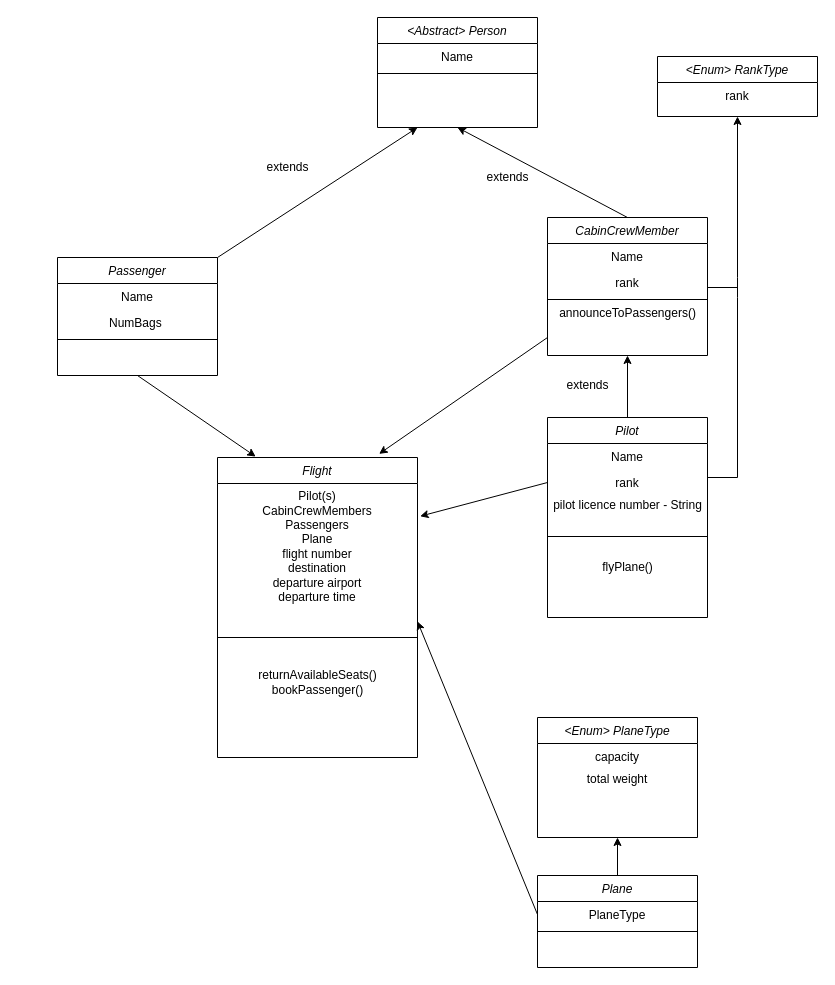
The draw.io diagram MVPdiagram.drawio in Braingains/Java-TDD-Airline, before the edit. Source tidied: cells renumbered, new cells numbered last; positions are measured from the earlier drawing's top-left corner, leaving out a move shared by most shapes. Both pictures are drawn from the tidied source at 100%, with x=0, y=0 at pixel (57, 17).
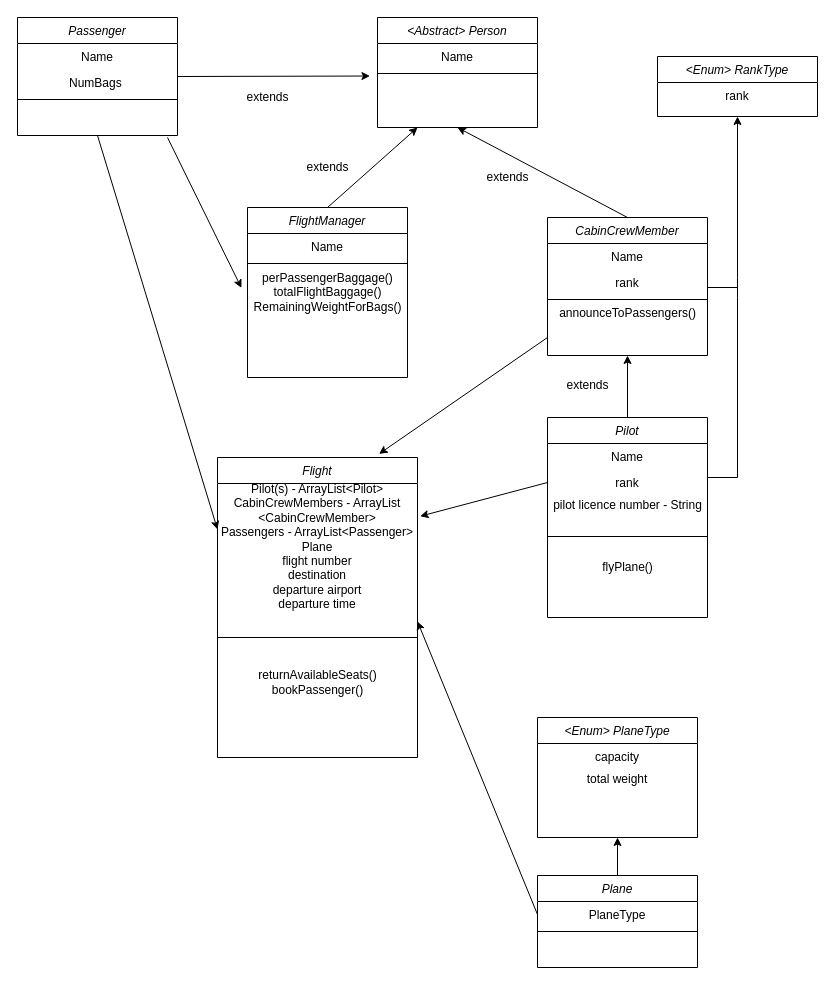
After the change.

Commit message (it also covers changes not shown here):
flightmanager class inital setup

The change refers to these unchanged cells:
```xml
<mxCell id="2" value="&lt;Abstract&gt; Person" style="swimlane;fontStyle=2;align=center;verticalAlign=top;horizontal=1;startSize=26;rounded=0;shadow=0;strokeWidth=1;" parent="1" vertex="1">
  <mxGeometry x="320" width="160" height="110" as="geometry" />
</mxCell>
<mxCell id="3" value="Name" style="text;align=center;verticalAlign=top;spacingLeft=4;spacingRight=4;overflow=hidden;points=[[0,0.5],[1,0.5]];portConstraint=eastwest;" parent="2" vertex="1">
  <mxGeometry y="26" width="160" height="26" as="geometry" />
</mxCell>
<mxCell id="27" value="Flight" style="swimlane;fontStyle=2;align=center;verticalAlign=top;horizontal=1;startSize=26;rounded=0;shadow=0;strokeWidth=1;" parent="1" vertex="1">
  <mxGeometry x="160" y="440" width="200" height="300" as="geometry" />
</mxCell>
```

The edit, as a diff of the source:
```diff
@@
     <mxCell id="5" value="Passenger" style="swimlane;fontStyle=2;align=center;verticalAlign=top;horizontal=1;startSize=26;rounded=0;shadow=0;strokeWidth=1;" parent="1" vertex="1">
-      <mxGeometry y="240" width="160" height="118" as="geometry" />
+      <mxGeometry x="-40" width="160" height="118" as="geometry" />
     </mxCell>
@@
     <mxCell id="17" value="extends" style="text;html=1;align=center;verticalAlign=middle;" parent="1" vertex="1">
-      <mxGeometry x="200" y="140" width="60" height="20" as="geometry" />
+      <mxGeometry x="180" y="70" width="60" height="20" as="geometry" />
     </mxCell>
@@
-    <mxCell id="29" value="&lt;span&gt;Pilot(s)&lt;/span&gt;&lt;br style=&quot;padding: 0px ; margin: 0px&quot;&gt;&lt;span&gt;CabinCrewMembers&lt;/span&gt;&lt;br style=&quot;padding: 0px ; margin: 0px&quot;&gt;&lt;span&gt;Passengers&lt;/span&gt;&lt;br style=&quot;padding: 0px ; margin: 0px&quot;&gt;&lt;span&gt;Plane&lt;/span&gt;&lt;br style=&quot;padding: 0px ; margin: 0px&quot;&gt;&lt;span&gt;flight number&lt;/span&gt;&lt;br style=&quot;padding: 0px ; margin: 0px&quot;&gt;&lt;span&gt;destination&lt;/span&gt;&lt;br style=&quot;padding: 0px ; margin: 0px&quot;&gt;&lt;span&gt;departure airport&lt;/span&gt;&lt;br style=&quot;padding: 0px ; margin: 0px&quot;&gt;&lt;span&gt;departure time&lt;br&gt;&lt;br&gt;&lt;br&gt;&lt;br&gt;&lt;br&gt;&lt;/span&gt;" style="text;html=1;strokeColor=none;fillColor=none;align=center;verticalAlign=middle;whiteSpace=wrap;rounded=0;" parent="27" vertex="1">
+    <mxCell id="29" value="&lt;span&gt;Pilot(s) - ArrayList&amp;lt;Pilot&amp;gt;&lt;/span&gt;&lt;br style=&quot;padding: 0px ; margin: 0px&quot;&gt;&lt;span&gt;CabinCrewMembers - ArrayList &amp;lt;CabinCrewMember&amp;gt;&lt;/span&gt;&lt;br style=&quot;padding: 0px ; margin: 0px&quot;&gt;&lt;span&gt;Passengers - ArrayList&amp;lt;Passenger&amp;gt;&lt;/span&gt;&lt;br style=&quot;padding: 0px ; margin: 0px&quot;&gt;&lt;span&gt;Plane&lt;/span&gt;&lt;br style=&quot;padding: 0px ; margin: 0px&quot;&gt;&lt;span&gt;flight number&lt;/span&gt;&lt;br style=&quot;padding: 0px ; margin: 0px&quot;&gt;&lt;span&gt;destination&lt;/span&gt;&lt;br style=&quot;padding: 0px ; margin: 0px&quot;&gt;&lt;span&gt;departure airport&lt;/span&gt;&lt;br style=&quot;padding: 0px ; margin: 0px&quot;&gt;&lt;span&gt;departure time&lt;br&gt;&lt;br&gt;&lt;br&gt;&lt;br&gt;&lt;br&gt;&lt;/span&gt;" style="text;html=1;strokeColor=none;fillColor=none;align=center;verticalAlign=middle;whiteSpace=wrap;rounded=0;" parent="27" vertex="1">
       <mxGeometry y="26" width="200" height="184" as="geometry" />
     </mxCell>
@@
-    <mxCell id="32" style="endArrow=classic;html=1;entryX=0.191;entryY=-0.003;entryDx=0;entryDy=0;entryPerimeter=0;exitX=0.5;exitY=1;exitDx=0;exitDy=0;" parent="1" edge="1" source="5" target="27">
+    <mxCell id="32" style="endArrow=classic;html=1;entryX=0;entryY=0.25;entryDx=0;entryDy=0;exitX=0.5;exitY=1;exitDx=0;exitDy=0;" parent="1" edge="1" source="5" target="29">
       <mxGeometry relative="1" as="geometry" />
     </mxCell>
-    <mxCell id="33" style="endArrow=classic;html=1;exitX=1;exitY=0;exitDx=0;exitDy=0;entryX=0.25;entryY=1;entryDx=0;entryDy=0;" parent="1" edge="1" source="5" target="2">
-      <mxGeometry relative="1" as="geometry" />
+    <mxCell id="33" style="endArrow=classic;html=1;entryX=-0.047;entryY=1.251;entryDx=0;entryDy=0;entryPerimeter=0;" parent="1" edge="1" target="3">
+      <mxGeometry relative="1" as="geometry">
+        <mxPoint x="120" y="59" as="sourcePoint" />
+      </mxGeometry>
     </mxCell>
@@
+    <mxCell id="46" value="FlightManager" style="swimlane;fontStyle=2;align=center;verticalAlign=top;horizontal=1;startSize=26;rounded=0;shadow=0;strokeWidth=1;" parent="1" vertex="1">
+      <mxGeometry x="190" y="190" width="160" height="170" as="geometry" />
+    </mxCell>
+    <mxCell id="47" value="Name" style="text;align=center;verticalAlign=top;spacingLeft=4;spacingRight=4;overflow=hidden;" parent="46" vertex="1">
+      <mxGeometry y="26" width="160" height="26" as="geometry" />
+    </mxCell>
+    <mxCell id="48" style="line;html=1;strokeWidth=1;align=left;verticalAlign=middle;spacingTop=-1;spacingLeft=3;spacingRight=3;labelPosition=right;" parent="46" vertex="1">
+      <mxGeometry y="52" width="160" height="8" as="geometry" />
+    </mxCell>
+    <mxCell id="49" value="perPassengerBaggage()&lt;br&gt;totalFlightBaggage()&lt;br&gt;RemainingWeightForBags()" style="text;html=1;align=center;verticalAlign=middle;points=[];" parent="46" vertex="1">
+      <mxGeometry y="60" width="160" height="50" as="geometry" />
+    </mxCell>
+    <mxCell id="50" style="endArrow=classic;html=1;exitX=0.5;exitY=0;exitDx=0;exitDy=0;entryX=0.25;entryY=1;entryDx=0;entryDy=0;" parent="1" edge="1" source="46" target="2">
+      <mxGeometry relative="1" as="geometry" />
+    </mxCell>
+    <mxCell id="51" value="extends" style="text;html=1;align=center;verticalAlign=middle;" parent="1" vertex="1">
+      <mxGeometry x="240" y="140" width="60" height="20" as="geometry" />
+    </mxCell>
+    <mxCell id="52" style="endArrow=classic;html=1;entryX=-0.038;entryY=0.409;entryDx=0;entryDy=0;entryPerimeter=0;" parent="1" edge="1" target="49">
+      <mxGeometry relative="1" as="geometry">
+        <mxPoint x="110" y="120" as="sourcePoint" />
+      </mxGeometry>
+    </mxCell>
```
